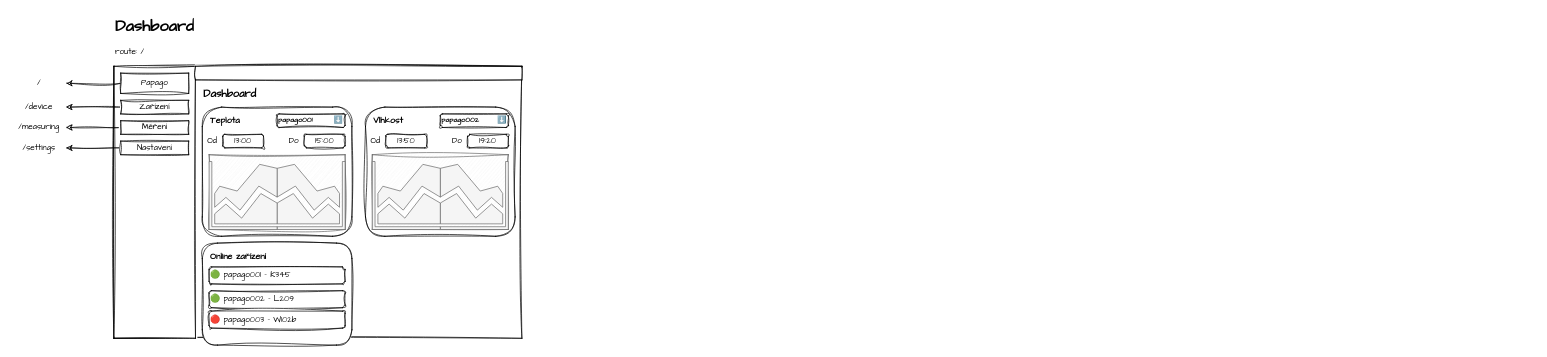
The draw.io diagram page "dashboard - wireframe" (4 of 5) of .github/assets/papago.drawio in Smegfi/papago, before the edit. Source tidied: cells renumbered, new cells numbered last; positions are measured from the earlier drawing's top-left corner, leaving out a move shared by most shapes. Both pictures are drawn from the tidied source at 68%, with x=0, y=0 at pixel (12, 12).
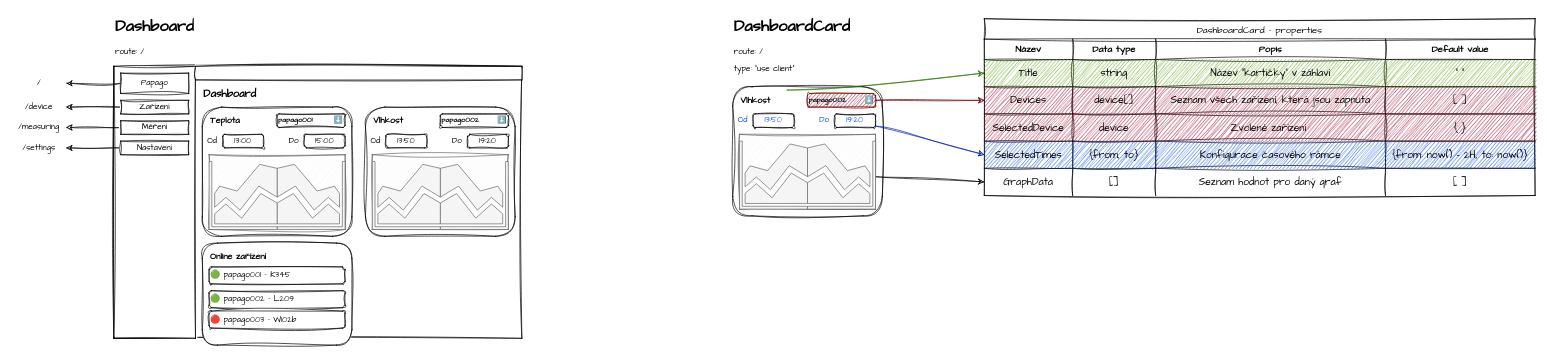
The same page after the edit.

What changed in the source:
```diff
@@
+    <mxCell id="44" style="rounded=1;whiteSpace=wrap;html=1;sketch=1;hachureGap=4;jiggle=2;curveFitting=1;fontFamily=Architects Daughter;" parent="1" vertex="1">
+      <mxGeometry x="1060" y="110" width="220" height="190" as="geometry" />
+    </mxCell>
+    <mxCell id="45" style="edgeStyle=none;shape=connector;rounded=0;sketch=1;hachureGap=4;jiggle=2;curveFitting=1;jettySize=auto;html=1;entryX=0;entryY=0.5;entryDx=0;entryDy=0;strokeColor=#2D7600;align=center;verticalAlign=middle;fontFamily=Architects Daughter;fontSize=11;fontColor=light-dark(#66CC00,#66CC00);labelBackgroundColor=default;endArrow=classic;exitX=1;exitY=0;exitDx=0;exitDy=0;fillColor=#60a917;" parent="1" edge="1" source="46" target="65">
+      <mxGeometry relative="1" as="geometry" />
+    </mxCell>
+    <mxCell id="46" value="Vlhkost" style="text;html=1;align=left;verticalAlign=middle;whiteSpace=wrap;rounded=0;fontFamily=Architects Daughter;fontSize=13;fontStyle=1;fontColor=light-dark(#000000,#66CC00);" parent="1" vertex="1">
+      <mxGeometry x="1070" y="115" width="70" height="30" as="geometry" />
+    </mxCell>
+    <mxCell id="47" value="&lt;font style=&quot;color: light-dark(rgb(0, 80, 239), rgb(0, 80, 239));&quot;&gt;13:50&lt;/font&gt;" style="rounded=1;whiteSpace=wrap;html=1;sketch=1;hachureGap=4;jiggle=2;curveFitting=1;fontFamily=Architects Daughter;" parent="1" vertex="1">
+      <mxGeometry x="1090" y="150" width="60" height="20" as="geometry" />
+    </mxCell>
+    <mxCell id="48" style="edgeStyle=none;shape=connector;rounded=0;sketch=1;hachureGap=4;jiggle=2;curveFitting=1;jettySize=auto;html=1;entryX=0;entryY=0.5;entryDx=0;entryDy=0;strokeColor=#001DBC;align=center;verticalAlign=middle;fontFamily=Architects Daughter;fontSize=11;fontColor=default;labelBackgroundColor=default;endArrow=classic;fillColor=#0050ef;" parent="1" edge="1" source="49" target="80">
+      <mxGeometry relative="1" as="geometry" />
+    </mxCell>
+    <mxCell id="49" value="&lt;font style=&quot;color: light-dark(rgb(0, 80, 239), rgb(0, 80, 239));&quot;&gt;19:20&lt;/font&gt;" style="rounded=1;whiteSpace=wrap;html=1;sketch=1;hachureGap=4;jiggle=2;curveFitting=1;fontFamily=Architects Daughter;" parent="1" vertex="1">
+      <mxGeometry x="1210" y="150" width="60" height="20" as="geometry" />
+    </mxCell>
+    <mxCell id="50" value="Od" style="text;html=1;align=center;verticalAlign=middle;whiteSpace=wrap;rounded=0;fontFamily=Architects Daughter;fontColor=light-dark(#0050EF,#0050EF);" parent="1" vertex="1">
+      <mxGeometry x="1050" y="145" width="50" height="30" as="geometry" />
+    </mxCell>
+    <mxCell id="51" value="Do" style="text;html=1;align=center;verticalAlign=middle;whiteSpace=wrap;rounded=0;fontFamily=Architects Daughter;fontColor=light-dark(#0050EF,#0050EF);" parent="1" vertex="1">
+      <mxGeometry x="1170" y="145" width="50" height="30" as="geometry" />
+    </mxCell>
+    <mxCell id="52" style="edgeStyle=none;shape=connector;rounded=0;sketch=1;hachureGap=4;jiggle=2;curveFitting=1;jettySize=auto;html=1;entryX=0;entryY=0.5;entryDx=0;entryDy=0;strokeColor=#6F0000;align=center;verticalAlign=middle;fontFamily=Architects Daughter;fontSize=11;fontColor=default;labelBackgroundColor=default;endArrow=classic;fillColor=#a20025;" parent="1" edge="1" source="53" target="70">
+      <mxGeometry relative="1" as="geometry" />
+    </mxCell>
+    <mxCell id="53" value="&lt;font style=&quot;font-size: 11px; color: light-dark(rgb(0, 0, 0), rgb(255, 255, 255));&quot;&gt;papago002&amp;nbsp; &amp;nbsp; &amp;nbsp; ⬇️&lt;/font&gt;" style="rounded=1;whiteSpace=wrap;html=1;sketch=1;hachureGap=4;jiggle=2;curveFitting=1;fontFamily=Architects Daughter;align=left;fontStyle=1;fillColor=#a20025;fontColor=#ffffff;strokeColor=#6F0000;" parent="1" vertex="1">
+      <mxGeometry x="1170" y="120" width="100" height="20" as="geometry" />
+    </mxCell>
+    <mxCell id="54" style="rounded=0;whiteSpace=wrap;html=1;sketch=1;hachureGap=4;jiggle=2;curveFitting=1;fontFamily=Architects Daughter;fillColor=#f5f5f5;fontColor=#333333;strokeColor=#666666;" parent="1" vertex="1">
+      <mxGeometry x="1070" y="180" width="200" height="110" as="geometry" />
+    </mxCell>
+    <mxCell id="55" style="edgeStyle=none;shape=connector;rounded=0;sketch=1;hachureGap=4;jiggle=2;curveFitting=1;jettySize=auto;html=1;entryX=0;entryY=0.5;entryDx=0;entryDy=0;strokeColor=default;align=center;verticalAlign=middle;fontFamily=Architects Daughter;fontSize=11;fontColor=default;labelBackgroundColor=default;endArrow=classic;" parent="1" edge="1" source="56" target="85">
+      <mxGeometry relative="1" as="geometry" />
+    </mxCell>
+    <mxCell id="56" style="sketch=0;shadow=0;dashed=0;html=1;strokeColor=#666666;labelPosition=center;verticalLabelPosition=bottom;verticalAlign=top;align=center;fillColor=#f5f5f5;shape=mxgraph.mscae.general.graph;hachureGap=4;jiggle=2;curveFitting=1;fontFamily=Architects Daughter;rotation=0;flipV=0;flipH=1;fontColor=#333333;" parent="1" vertex="1">
+      <mxGeometry x="1170" y="190" width="100" height="100" as="geometry" />
+    </mxCell>
+    <mxCell id="57" style="sketch=0;shadow=0;dashed=0;html=1;strokeColor=#666666;labelPosition=center;verticalLabelPosition=bottom;verticalAlign=top;align=center;fillColor=#f5f5f5;shape=mxgraph.mscae.general.graph;hachureGap=4;jiggle=2;curveFitting=1;fontFamily=Architects Daughter;fontColor=#333333;" parent="1" vertex="1">
+      <mxGeometry x="1070" y="190" width="100" height="100" as="geometry" />
+    </mxCell>
+    <mxCell id="58" value="&lt;h1 style=&quot;margin-top: 0px;&quot;&gt;DashboardCard&lt;/h1&gt;&lt;p&gt;route: /&lt;/p&gt;&lt;p&gt;type: &quot;use client&quot;&lt;/p&gt;" style="text;html=1;whiteSpace=wrap;overflow=hidden;rounded=0;fontFamily=Architects Daughter;" parent="1" vertex="1">
+      <mxGeometry x="1060" width="290" height="100" as="geometry" />
+    </mxCell>
+    <mxCell id="59" value="DashboardCard - properties" style="shape=table;startSize=30;childLayout=tableLayout;strokeColor=default;fontSize=14;sketch=1;hachureGap=4;jiggle=2;curveFitting=1;fontFamily=Architects Daughter;" parent="1" vertex="1">
+      <mxGeometry x="1430" y="10" width="810" height="260" as="geometry" />
+    </mxCell>
+    <mxCell id="60" style="shape=tableRow;horizontal=0;startSize=0;swimlaneHead=0;swimlaneBody=0;strokeColor=inherit;top=0;left=0;bottom=0;right=0;fillColor=none;fontSize=16;sketch=1;hachureGap=4;jiggle=2;curveFitting=1;fontFamily=Architects Daughter;" parent="59" vertex="1">
+      <mxGeometry y="30" width="810" height="30" as="geometry" />
+    </mxCell>
+    <mxCell id="61" value="Název" style="shape=partialRectangle;html=1;whiteSpace=wrap;strokeColor=inherit;overflow=hidden;fillColor=none;top=0;left=0;bottom=0;right=0;fontSize=14;sketch=1;hachureGap=4;jiggle=2;curveFitting=1;fontFamily=Architects Daughter;fontStyle=1;" parent="60" vertex="1">
+      <mxGeometry width="130" height="30" as="geometry" />
+    </mxCell>
+    <mxCell id="62" value="Data type" style="shape=partialRectangle;html=1;whiteSpace=wrap;strokeColor=inherit;overflow=hidden;fillColor=none;top=0;left=0;bottom=0;right=0;fontSize=14;sketch=1;hachureGap=4;jiggle=2;curveFitting=1;fontFamily=Architects Daughter;fontStyle=1;" parent="60" vertex="1">
+      <mxGeometry x="130" width="122" height="30" as="geometry" />
+    </mxCell>
+    <mxCell id="63" value="Popis" style="shape=partialRectangle;html=1;whiteSpace=wrap;strokeColor=inherit;overflow=hidden;fillColor=none;top=0;left=0;bottom=0;right=0;fontSize=14;sketch=1;hachureGap=4;jiggle=2;curveFitting=1;fontFamily=Architects Daughter;fontStyle=1;" parent="60" vertex="1">
+      <mxGeometry x="252" width="338" height="30" as="geometry" />
+    </mxCell>
+    <mxCell id="64" value="Default value" style="shape=partialRectangle;html=1;whiteSpace=wrap;strokeColor=inherit;overflow=hidden;fillColor=none;top=0;left=0;bottom=0;right=0;fontSize=14;sketch=1;hachureGap=4;jiggle=2;curveFitting=1;fontFamily=Architects Daughter;fontStyle=1;" parent="60" vertex="1">
+      <mxGeometry x="590" width="220" height="30" as="geometry" />
+    </mxCell>
+    <mxCell id="65" style="shape=tableRow;horizontal=0;startSize=0;swimlaneHead=0;swimlaneBody=0;strokeColor=inherit;top=0;left=0;bottom=0;right=0;fillColor=none;points=[[0,0.5],[1,0.5]];portConstraint=eastwest;fontSize=16;sketch=1;hachureGap=4;jiggle=2;curveFitting=1;fontFamily=Architects Daughter;" parent="59" vertex="1">
+      <mxGeometry y="60" width="810" height="40" as="geometry" />
+    </mxCell>
+    <mxCell id="66" value="&lt;font style=&quot;color: light-dark(rgb(0, 0, 0), rgb(255, 255, 255));&quot;&gt;Title&lt;/font&gt;" style="shape=partialRectangle;html=1;whiteSpace=wrap;overflow=hidden;top=0;left=0;bottom=0;right=0;fontSize=15;sketch=1;hachureGap=4;jiggle=2;curveFitting=1;fontFamily=Architects Daughter;fillColor=#60a917;fontColor=light-dark(#FFFFFF,#FFFFFF);strokeColor=#2D7600;" parent="65" vertex="1">
+      <mxGeometry width="130" height="40" as="geometry" />
+    </mxCell>
+    <mxCell id="67" value="&lt;font style=&quot;color: light-dark(rgb(0, 0, 0), rgb(255, 255, 255));&quot;&gt;string&lt;/font&gt;" style="shape=partialRectangle;html=1;whiteSpace=wrap;strokeColor=#2D7600;overflow=hidden;fillColor=#60a917;top=0;left=0;bottom=0;right=0;fontSize=15;sketch=1;hachureGap=4;jiggle=2;curveFitting=1;fontFamily=Architects Daughter;fontColor=#ffffff;" parent="65" vertex="1">
+      <mxGeometry x="130" width="122" height="40" as="geometry" />
+    </mxCell>
+    <mxCell id="68" value="&lt;font style=&quot;color: light-dark(rgb(0, 0, 0), rgb(255, 255, 255));&quot;&gt;Název &quot;kartičky&quot; v záhlaví&lt;/font&gt;" style="shape=partialRectangle;html=1;whiteSpace=wrap;strokeColor=#2D7600;overflow=hidden;fillColor=#60a917;top=0;left=0;bottom=0;right=0;fontSize=15;sketch=1;hachureGap=4;jiggle=2;curveFitting=1;fontFamily=Architects Daughter;fontColor=#ffffff;" parent="65" vertex="1">
+      <mxGeometry x="252" width="338" height="40" as="geometry" />
+    </mxCell>
+    <mxCell id="69" value="&lt;font style=&quot;color: light-dark(rgb(0, 0, 0), rgb(255, 255, 255));&quot;&gt;&quot; &quot;&lt;/font&gt;" style="shape=partialRectangle;html=1;whiteSpace=wrap;strokeColor=#2D7600;overflow=hidden;fillColor=#60a917;top=0;left=0;bottom=0;right=0;fontSize=15;sketch=1;hachureGap=4;jiggle=2;curveFitting=1;fontFamily=Architects Daughter;fontColor=#ffffff;" parent="65" vertex="1">
+      <mxGeometry x="590" width="220" height="40" as="geometry" />
+    </mxCell>
+    <mxCell id="70" style="shape=tableRow;horizontal=0;startSize=0;swimlaneHead=0;swimlaneBody=0;strokeColor=inherit;top=0;left=0;bottom=0;right=0;fillColor=none;points=[[0,0.5],[1,0.5]];portConstraint=eastwest;fontSize=16;sketch=1;hachureGap=4;jiggle=2;curveFitting=1;fontFamily=Architects Daughter;" parent="59" vertex="1">
+      <mxGeometry y="100" width="810" height="40" as="geometry" />
+    </mxCell>
+    <mxCell id="71" value="&lt;font style=&quot;color: light-dark(rgb(0, 0, 0), rgb(255, 255, 255));&quot;&gt;Devices&lt;/font&gt;" style="shape=partialRectangle;html=1;whiteSpace=wrap;strokeColor=#6F0000;overflow=hidden;fillColor=#a20025;top=0;left=0;bottom=0;right=0;fontSize=15;sketch=1;hachureGap=4;jiggle=2;curveFitting=1;fontFamily=Architects Daughter;fontColor=#ffffff;" parent="70" vertex="1">
+      <mxGeometry width="130" height="40" as="geometry" />
+    </mxCell>
+    <mxCell id="72" value="&lt;font style=&quot;color: light-dark(rgb(0, 0, 0), rgb(255, 255, 255));&quot;&gt;device[]&lt;/font&gt;" style="shape=partialRectangle;html=1;whiteSpace=wrap;strokeColor=#6F0000;overflow=hidden;fillColor=#a20025;top=0;left=0;bottom=0;right=0;fontSize=15;sketch=1;hachureGap=4;jiggle=2;curveFitting=1;fontFamily=Architects Daughter;fontColor=#ffffff;" parent="70" vertex="1">
+      <mxGeometry x="130" width="122" height="40" as="geometry" />
+    </mxCell>
+    <mxCell id="73" value="&lt;font style=&quot;color: light-dark(rgb(0, 0, 0), rgb(255, 255, 255));&quot;&gt;Seznam všech zařízení, která jsou zapnuta&lt;/font&gt;" style="shape=partialRectangle;html=1;whiteSpace=wrap;strokeColor=#6F0000;overflow=hidden;fillColor=#a20025;top=0;left=0;bottom=0;right=0;fontSize=15;sketch=1;hachureGap=4;jiggle=2;curveFitting=1;fontFamily=Architects Daughter;fontColor=#ffffff;" parent="70" vertex="1">
+      <mxGeometry x="252" width="338" height="40" as="geometry" />
+    </mxCell>
+    <mxCell id="74" value="&lt;font style=&quot;color: light-dark(rgb(0, 0, 0), rgb(255, 255, 255));&quot;&gt;[ ]&lt;/font&gt;" style="shape=partialRectangle;html=1;whiteSpace=wrap;strokeColor=#6F0000;overflow=hidden;fillColor=#a20025;top=0;left=0;bottom=0;right=0;fontSize=15;sketch=1;hachureGap=4;jiggle=2;curveFitting=1;fontFamily=Architects Daughter;fontColor=#ffffff;" parent="70" vertex="1">
+      <mxGeometry x="590" width="220" height="40" as="geometry" />
+    </mxCell>
+    <mxCell id="75" style="shape=tableRow;horizontal=0;startSize=0;swimlaneHead=0;swimlaneBody=0;strokeColor=inherit;top=0;left=0;bottom=0;right=0;fillColor=none;fontSize=16;sketch=1;hachureGap=4;jiggle=2;curveFitting=1;fontFamily=Architects Daughter;" parent="59" vertex="1">
+      <mxGeometry y="140" width="810" height="40" as="geometry" />
+    </mxCell>
+    <mxCell id="76" value="&lt;font style=&quot;color: light-dark(rgb(0, 0, 0), rgb(255, 255, 255));&quot;&gt;SelectedDevice&lt;/font&gt;" style="shape=partialRectangle;html=1;whiteSpace=wrap;strokeColor=#6F0000;overflow=hidden;fillColor=#a20025;top=0;left=0;bottom=0;right=0;fontSize=15;sketch=1;hachureGap=4;jiggle=2;curveFitting=1;fontFamily=Architects Daughter;fontColor=#ffffff;" parent="75" vertex="1">
+      <mxGeometry width="130" height="40" as="geometry" />
+    </mxCell>
+    <mxCell id="77" value="&lt;font style=&quot;color: light-dark(rgb(0, 0, 0), rgb(255, 255, 255));&quot;&gt;device&lt;/font&gt;" style="shape=partialRectangle;html=1;whiteSpace=wrap;strokeColor=#6F0000;overflow=hidden;fillColor=#a20025;top=0;left=0;bottom=0;right=0;fontSize=15;sketch=1;hachureGap=4;jiggle=2;curveFitting=1;fontFamily=Architects Daughter;fontColor=#ffffff;" parent="75" vertex="1">
+      <mxGeometry x="130" width="122" height="40" as="geometry" />
+    </mxCell>
+    <mxCell id="78" value="&lt;font style=&quot;color: light-dark(rgb(0, 0, 0), rgb(255, 255, 255));&quot;&gt;Zvolené zařízení&amp;nbsp;&lt;/font&gt;" style="shape=partialRectangle;html=1;whiteSpace=wrap;strokeColor=#6F0000;overflow=hidden;fillColor=#a20025;top=0;left=0;bottom=0;right=0;fontSize=15;sketch=1;hachureGap=4;jiggle=2;curveFitting=1;fontFamily=Architects Daughter;fontColor=#ffffff;" parent="75" vertex="1">
+      <mxGeometry x="252" width="338" height="40" as="geometry" />
+    </mxCell>
+    <mxCell id="79" value="&lt;font style=&quot;color: light-dark(rgb(0, 0, 0), rgb(255, 255, 255));&quot;&gt;{ }&lt;/font&gt;" style="shape=partialRectangle;html=1;whiteSpace=wrap;strokeColor=#6F0000;overflow=hidden;fillColor=#a20025;top=0;left=0;bottom=0;right=0;fontSize=15;sketch=1;hachureGap=4;jiggle=2;curveFitting=1;fontFamily=Architects Daughter;fontColor=#ffffff;" parent="75" vertex="1">
+      <mxGeometry x="590" width="220" height="40" as="geometry" />
+    </mxCell>
+    <mxCell id="80" style="shape=tableRow;horizontal=0;startSize=0;swimlaneHead=0;swimlaneBody=0;strokeColor=inherit;top=0;left=0;bottom=0;right=0;fillColor=none;points=[[0,0.5],[1,0.5]];portConstraint=eastwest;fontSize=16;sketch=1;hachureGap=4;jiggle=2;curveFitting=1;fontFamily=Architects Daughter;" parent="59" vertex="1">
+      <mxGeometry y="180" width="810" height="40" as="geometry" />
+    </mxCell>
+    <mxCell id="81" value="&lt;font style=&quot;color: light-dark(rgb(0, 0, 0), rgb(255, 255, 255));&quot;&gt;SelectedTimes&lt;/font&gt;" style="shape=partialRectangle;html=1;whiteSpace=wrap;strokeColor=#001DBC;overflow=hidden;fillColor=#0050ef;top=0;left=0;bottom=0;right=0;fontSize=15;sketch=1;hachureGap=4;jiggle=2;curveFitting=1;fontFamily=Architects Daughter;fontColor=#ffffff;" parent="80" vertex="1">
+      <mxGeometry width="130" height="40" as="geometry" />
+    </mxCell>
+    <mxCell id="82" value="&lt;font style=&quot;color: light-dark(rgb(0, 0, 0), rgb(255, 255, 255));&quot;&gt;{from, to}&lt;/font&gt;" style="shape=partialRectangle;html=1;whiteSpace=wrap;strokeColor=#001DBC;overflow=hidden;fillColor=#0050ef;top=0;left=0;bottom=0;right=0;fontSize=15;sketch=1;hachureGap=4;jiggle=2;curveFitting=1;fontFamily=Architects Daughter;fontColor=#ffffff;" parent="80" vertex="1">
+      <mxGeometry x="130" width="122" height="40" as="geometry" />
+    </mxCell>
+    <mxCell id="83" value="&lt;font style=&quot;color: light-dark(rgb(0, 0, 0), rgb(255, 255, 255));&quot;&gt;Konfigurace časového rámce&lt;/font&gt;" style="shape=partialRectangle;html=1;whiteSpace=wrap;strokeColor=#001DBC;overflow=hidden;fillColor=#0050ef;top=0;left=0;bottom=0;right=0;fontSize=15;sketch=1;hachureGap=4;jiggle=2;curveFitting=1;fontFamily=Architects Daughter;fontColor=#ffffff;" parent="80" vertex="1">
+      <mxGeometry x="252" width="338" height="40" as="geometry" />
+    </mxCell>
+    <mxCell id="84" value="&lt;font style=&quot;color: light-dark(rgb(0, 0, 0), rgb(255, 255, 255));&quot;&gt;{from: now() - 2H, to: now()}&lt;/font&gt;" style="shape=partialRectangle;html=1;whiteSpace=wrap;strokeColor=#001DBC;overflow=hidden;fillColor=#0050ef;top=0;left=0;bottom=0;right=0;fontSize=15;sketch=1;hachureGap=4;jiggle=2;curveFitting=1;fontFamily=Architects Daughter;fontColor=#ffffff;" parent="80" vertex="1">
+      <mxGeometry x="590" width="220" height="40" as="geometry" />
+    </mxCell>
+    <mxCell id="85" style="shape=tableRow;horizontal=0;startSize=0;swimlaneHead=0;swimlaneBody=0;strokeColor=inherit;top=0;left=0;bottom=0;right=0;fillColor=none;points=[[0,0.5],[1,0.5]];portConstraint=eastwest;fontSize=16;sketch=1;hachureGap=4;jiggle=2;curveFitting=1;fontFamily=Architects Daughter;" parent="59" vertex="1">
+      <mxGeometry y="220" width="810" height="40" as="geometry" />
+    </mxCell>
+    <mxCell id="86" value="GraphData" style="shape=partialRectangle;html=1;whiteSpace=wrap;strokeColor=inherit;overflow=hidden;fillColor=none;top=0;left=0;bottom=0;right=0;fontSize=15;sketch=1;hachureGap=4;jiggle=2;curveFitting=1;fontFamily=Architects Daughter;" parent="85" vertex="1">
+      <mxGeometry width="130" height="40" as="geometry" />
+    </mxCell>
+    <mxCell id="87" value="[]" style="shape=partialRectangle;html=1;whiteSpace=wrap;strokeColor=inherit;overflow=hidden;fillColor=none;top=0;left=0;bottom=0;right=0;fontSize=15;sketch=1;hachureGap=4;jiggle=2;curveFitting=1;fontFamily=Architects Daughter;" parent="85" vertex="1">
+      <mxGeometry x="130" width="122" height="40" as="geometry" />
+    </mxCell>
+    <mxCell id="88" value="Seznam hodnot pro daný graf" style="shape=partialRectangle;html=1;whiteSpace=wrap;strokeColor=inherit;overflow=hidden;fillColor=none;top=0;left=0;bottom=0;right=0;fontSize=15;sketch=1;hachureGap=4;jiggle=2;curveFitting=1;fontFamily=Architects Daughter;" parent="85" vertex="1">
+      <mxGeometry x="252" width="338" height="40" as="geometry" />
+    </mxCell>
+    <mxCell id="89" value="[ ]" style="shape=partialRectangle;html=1;whiteSpace=wrap;strokeColor=inherit;overflow=hidden;fillColor=none;top=0;left=0;bottom=0;right=0;fontSize=15;sketch=1;hachureGap=4;jiggle=2;curveFitting=1;fontFamily=Architects Daughter;" parent="85" vertex="1">
+      <mxGeometry x="590" width="220" height="40" as="geometry" />
+    </mxCell>
```
